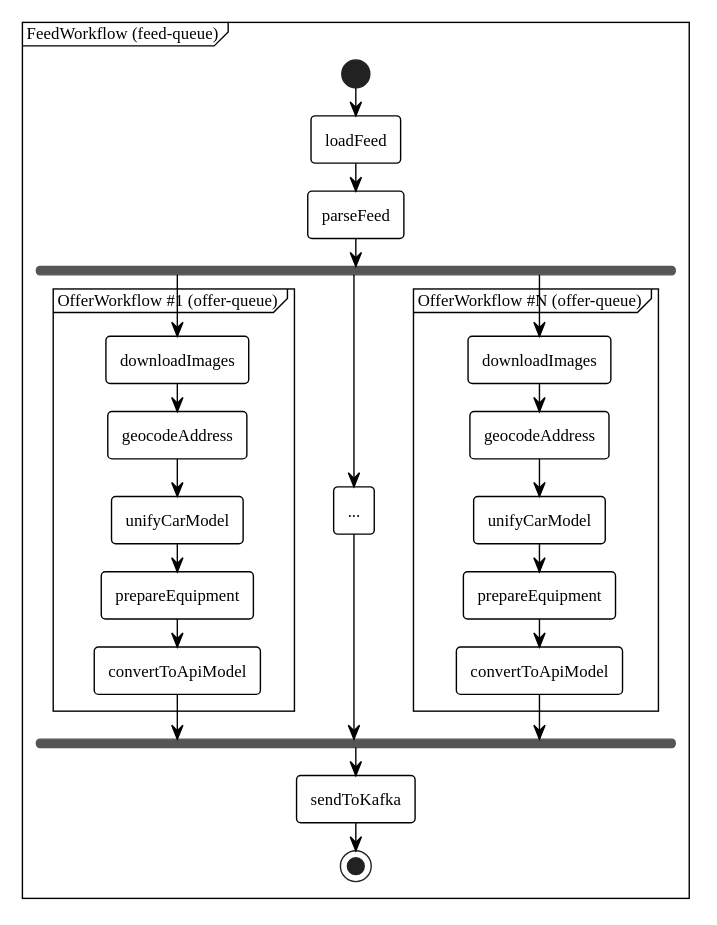
This is 4 year/ВКР/Диплом/res/img/feedprocessor-temporal-hierarchy.svg from Azat2202/itmo-labs, a PlantUML export, as it was before one commit.
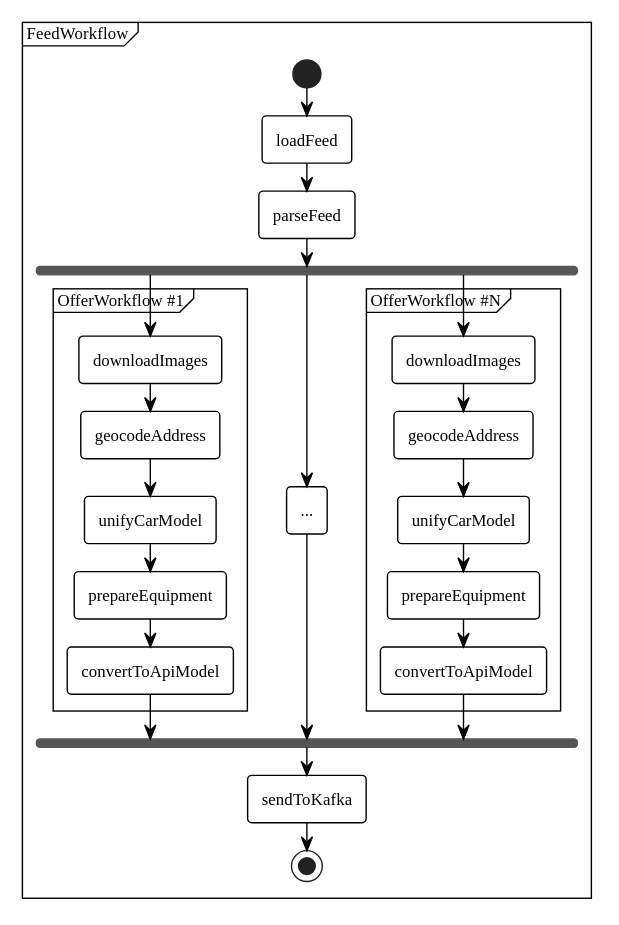
The same file after the commit.

Diff of the diagram source:
```diff
@@ -36,12 +36,12 @@
 }
 </style>
 
-partition "FeedWorkflow (feed-queue)" {
+partition "FeedWorkflow" {
   start
   :loadFeed;
   :parseFeed;
   fork
-    partition "OfferWorkflow #1 (offer-queue)" {
+    partition "OfferWorkflow #1" {
       :downloadImages;
       :geocodeAddress;
       :unifyCarModel;
@@ -51,7 +51,7 @@
   fork again
     :...;
   fork again
-    partition "OfferWorkflow #N (offer-queue)" {
+    partition "OfferWorkflow #N" {
       :downloadImages;
       :geocodeAddress;
       :unifyCarModel;
```
